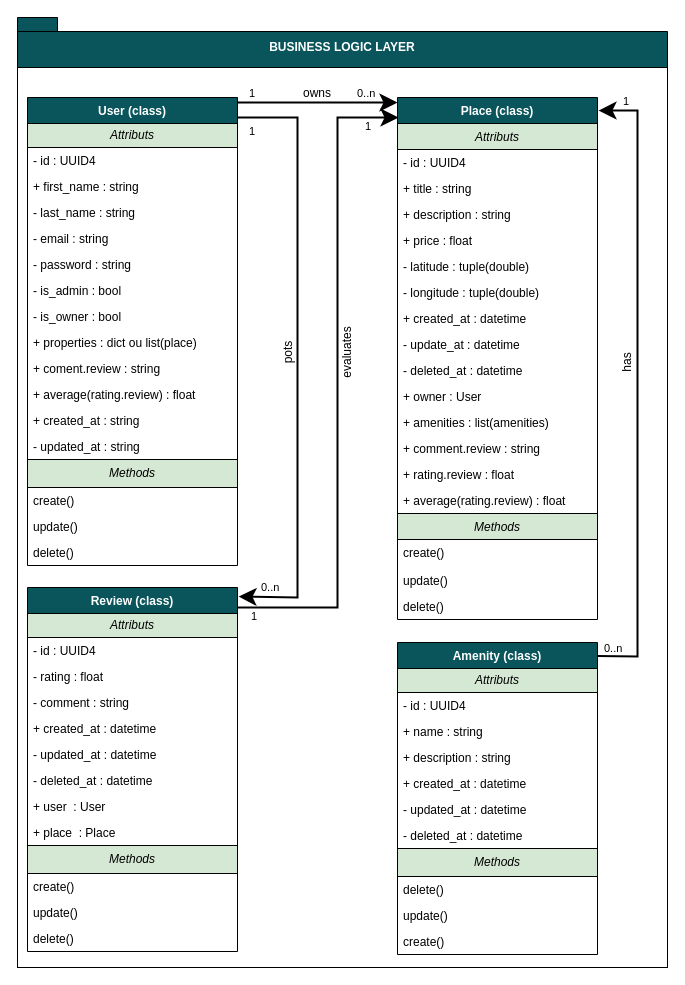
thomas-maye/holbertonschool-hbnb keeps this draw.io diagram as 1. Detailed Class Diagram for Business Logic Layer.drawio. Above is the earlier version. Source tidied: cells renumbered, new cells numbered last; positions are measured from the earlier drawing's top-left corner, leaving out a move shared by most shapes. Both pictures are drawn from the tidied source at 100%, with x=0, y=0 at pixel (17, 17).
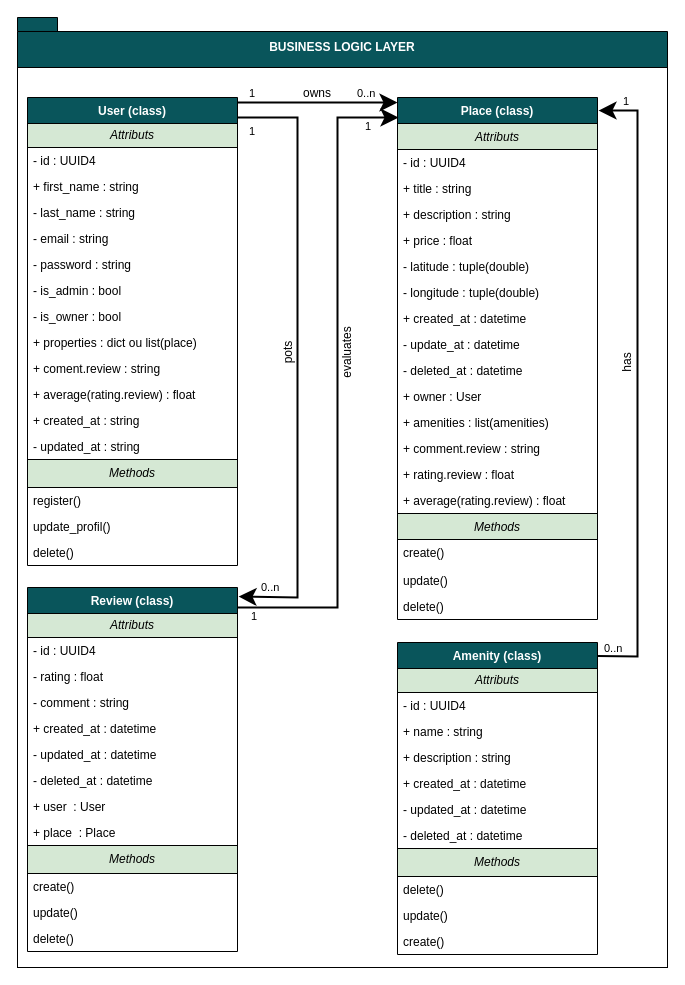
The same page after the edit.

Commit message:
Mettre à jour 1. Detailed Class Diagram for Business Logic Layer.drawio

Unchanged cells that the change refers to:
```xml
<mxCell id="3" value="User (class)" style="swimlane;fontStyle=1;align=center;verticalAlign=top;horizontal=1;startSize=26;rounded=0;shadow=0;strokeWidth=1;fillColor=#09555B;fontColor=#FFFFFF;" parent="1" vertex="1">
  <mxGeometry x="10" y="80" width="210" height="468" as="geometry" />
</mxCell>
```

The edit, as a diff of the source:
```diff
@@
-    <mxCell id="18" value="create()" style="text;align=left;verticalAlign=top;spacingLeft=4;spacingRight=4;overflow=hidden;" parent="3" vertex="1">
+    <mxCell id="18" value="register()" style="text;align=left;verticalAlign=top;spacingLeft=4;spacingRight=4;overflow=hidden;" parent="3" vertex="1">
       <mxGeometry y="390" width="210" height="26" as="geometry" />
     </mxCell>
-    <mxCell id="19" value="update()" style="text;align=left;verticalAlign=top;spacingLeft=4;spacingRight=4;overflow=hidden;" parent="3" vertex="1">
+    <mxCell id="19" value="update_profil()" style="text;align=left;verticalAlign=top;spacingLeft=4;spacingRight=4;overflow=hidden;" parent="3" vertex="1">
       <mxGeometry y="416" width="210" height="26" as="geometry" />
     </mxCell>
```
